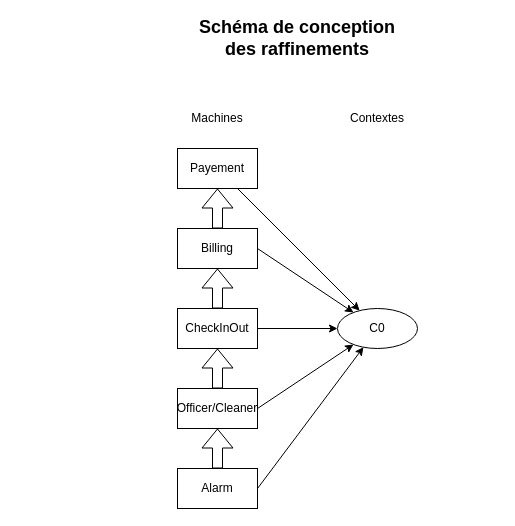
Above: doc/conception/refinement.drawio in Reynault/MOSOS-Subject-3 (draw.io), before the change. Source tidied: cells renumbered, new cells numbered last; positions are measured from the earlier drawing's top-left corner, leaving out a move shared by most shapes. Both pictures are drawn from the tidied source at 100%, with x=0, y=0 at pixel (177, 28).
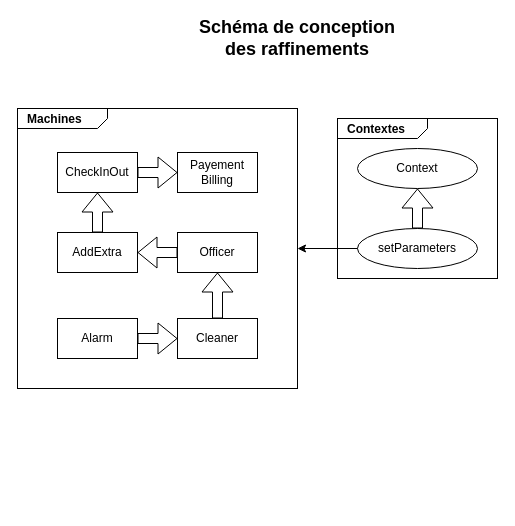
Above is the later version.

What changed in the source:
```diff
@@
-    <mxCell id="2" value="Payement" style="rounded=0;whiteSpace=wrap;html=1;" parent="1" vertex="1">
-      <mxGeometry y="120" width="80" height="40" as="geometry" />
-    </mxCell>
-    <mxCell id="3" value="C0" style="ellipse;whiteSpace=wrap;html=1;" parent="1" vertex="1">
-      <mxGeometry x="160" y="280" width="80" height="40" as="geometry" />
-    </mxCell>
-    <mxCell id="4" style="endArrow=classic;html=1;" parent="1" edge="1" source="2" target="3">
-      <mxGeometry relative="1" as="geometry" />
-    </mxCell>
@@
+    <mxCell id="20" style="group;" parent="1" vertex="1">
+      <mxGeometry x="160" y="90" width="160" height="160" as="geometry" />
+    </mxCell>
-    <mxCell id="6" value="Contextes" style="text;html=1;strokeColor=none;fillColor=none;align=center;verticalAlign=middle;whiteSpace=wrap;rounded=0;" parent="1" vertex="1">
-      <mxGeometry x="170" y="80" width="60" height="20" as="geometry" />
+    <mxCell id="6" value="&lt;p style=&quot;margin: 0px ; margin-top: 4px ; margin-left: 10px ; text-align: left&quot;&gt;&lt;b&gt;Contextes&lt;/b&gt;&lt;/p&gt;" style="html=1;strokeWidth=1;shape=mxgraph.sysml.package;html=1;overflow=fill;whiteSpace=wrap;" parent="20" vertex="1">
+      <mxGeometry width="160" height="160" as="geometry" />
     </mxCell>
+    <mxCell id="21" value="Context" style="ellipse;whiteSpace=wrap;html=1;" parent="20" vertex="1">
+      <mxGeometry x="20" y="30" width="120" height="40" as="geometry" />
+    </mxCell>
+    <mxCell id="22" value="setParameters" style="ellipse;whiteSpace=wrap;html=1;" parent="20" vertex="1">
+      <mxGeometry x="20" y="110" width="120" height="40" as="geometry" />
+    </mxCell>
+    <mxCell id="23" style="endArrow=classic;html=1;shape=flexArrow;" parent="20" edge="1" source="22" target="21">
+      <mxGeometry relative="1" as="geometry" />
+    </mxCell>
+    <mxCell id="24" style="endArrow=classic;html=1;" parent="1" edge="1" source="22" target="7">
+      <mxGeometry relative="1" as="geometry" />
+    </mxCell>
-    <mxCell id="7" value="Machines" style="text;html=1;strokeColor=none;fillColor=none;align=center;verticalAlign=middle;whiteSpace=wrap;rounded=0;" parent="1" vertex="1">
-      <mxGeometry x="10" y="80" width="60" height="20" as="geometry" />
+    <mxCell id="7" value="&lt;p style=&quot;margin: 0px ; margin-top: 4px ; margin-left: 10px ; text-align: left&quot;&gt;&lt;b&gt;Machines&lt;/b&gt;&lt;/p&gt;" style="html=1;strokeWidth=1;shape=mxgraph.sysml.package;html=1;overflow=fill;whiteSpace=wrap;" parent="1" vertex="1">
+      <mxGeometry x="-160" y="80" width="280" height="280" as="geometry" />
     </mxCell>
-    <mxCell id="8" value="Billing" style="rounded=0;whiteSpace=wrap;html=1;" parent="1" vertex="1">
-      <mxGeometry y="200" width="80" height="40" as="geometry" />
-    </mxCell>
-    <mxCell id="9" style="endArrow=classic;html=1;exitX=1;exitY=0.5;exitDx=0;exitDy=0;" parent="1" edge="1" source="8" target="3">
-      <mxGeometry relative="1" as="geometry" />
-    </mxCell>
-    <mxCell id="10" style="endArrow=classic;html=1;shape=flexArrow;" parent="1" edge="1" source="8" target="2">
-      <mxGeometry relative="1" as="geometry" />
-    </mxCell>
+    <mxCell id="25" value="Payement Billing" style="rounded=0;whiteSpace=wrap;html=1;" parent="1" vertex="1">
+      <mxGeometry y="124" width="80" height="40" as="geometry" />
+    </mxCell>
     <mxCell id="11" value="CheckInOut" style="rounded=0;whiteSpace=wrap;html=1;" parent="1" vertex="1">
-      <mxGeometry y="280" width="80" height="40" as="geometry" />
+      <mxGeometry x="-120" y="124" width="80" height="40" as="geometry" />
     </mxCell>
-    <mxCell id="12" style="endArrow=classic;html=1;shape=flexArrow;" parent="1" edge="1" source="11" target="8">
-      <mxGeometry relative="1" as="geometry" />
-    </mxCell>
-    <mxCell id="13" style="endArrow=classic;html=1;exitX=1;exitY=0.5;exitDx=0;exitDy=0;" parent="1" edge="1" source="11" target="3">
-      <mxGeometry relative="1" as="geometry" />
-    </mxCell>
-    <mxCell id="14" value="Officer/Cleaner" style="rounded=0;whiteSpace=wrap;html=1;" parent="1" vertex="1">
-      <mxGeometry y="360" width="80" height="40" as="geometry" />
-    </mxCell>
+    <mxCell id="26" value="Cleaner" style="rounded=0;whiteSpace=wrap;html=1;" parent="1" vertex="1">
+      <mxGeometry y="290" width="80" height="40" as="geometry" />
+    </mxCell>
     <mxCell id="15" value="Alarm" style="rounded=0;whiteSpace=wrap;html=1;" parent="1" vertex="1">
-      <mxGeometry y="440" width="80" height="40" as="geometry" />
+      <mxGeometry x="-120" y="290" width="80" height="40" as="geometry" />
     </mxCell>
-    <mxCell id="16" style="endArrow=classic;html=1;shape=flexArrow;" parent="1" edge="1" source="14" target="11">
-      <mxGeometry relative="1" as="geometry" />
-    </mxCell>
-    <mxCell id="17" style="endArrow=classic;html=1;shape=flexArrow;" parent="1" edge="1" source="15" target="14">
-      <mxGeometry relative="1" as="geometry" />
-    </mxCell>
-    <mxCell id="18" style="endArrow=classic;html=1;exitX=1;exitY=0.5;exitDx=0;exitDy=0;" parent="1" edge="1" source="14" target="3">
-      <mxGeometry relative="1" as="geometry" />
-    </mxCell>
-    <mxCell id="19" style="endArrow=classic;html=1;exitX=1;exitY=0.5;exitDx=0;exitDy=0;" parent="1" edge="1" source="15" target="3">
-      <mxGeometry relative="1" as="geometry" />
-    </mxCell>
+    <mxCell id="27" style="endArrow=classic;html=1;shape=flexArrow;" parent="1" edge="1" source="11" target="25">
+      <mxGeometry x="160" y="120" as="geometry" />
+    </mxCell>
+    <mxCell id="28" style="endArrow=classic;html=1;shape=flexArrow;" parent="1" edge="1" source="15" target="26">
+      <mxGeometry x="160" y="120" as="geometry" />
+    </mxCell>
+    <mxCell id="29" style="endArrow=classic;html=1;shape=flexArrow;" parent="1" edge="1" source="30" target="11">
+      <mxGeometry x="160" y="120" as="geometry" />
+    </mxCell>
+    <mxCell id="30" value="AddExtra" style="rounded=0;whiteSpace=wrap;html=1;" parent="1" vertex="1">
+      <mxGeometry x="-120" y="204" width="80" height="40" as="geometry" />
+    </mxCell>
+    <mxCell id="31" style="endArrow=classic;html=1;shape=flexArrow;" parent="1" edge="1" source="26" target="32">
+      <mxGeometry x="160" y="120" as="geometry" />
+    </mxCell>
+    <mxCell id="32" value="Officer" style="rounded=0;whiteSpace=wrap;html=1;" parent="1" vertex="1">
+      <mxGeometry y="204" width="80" height="40" as="geometry" />
+    </mxCell>
+    <mxCell id="33" style="endArrow=classic;html=1;shape=flexArrow;" parent="1" edge="1" source="32" target="30">
+      <mxGeometry x="140" y="66" as="geometry" />
+    </mxCell>
```
